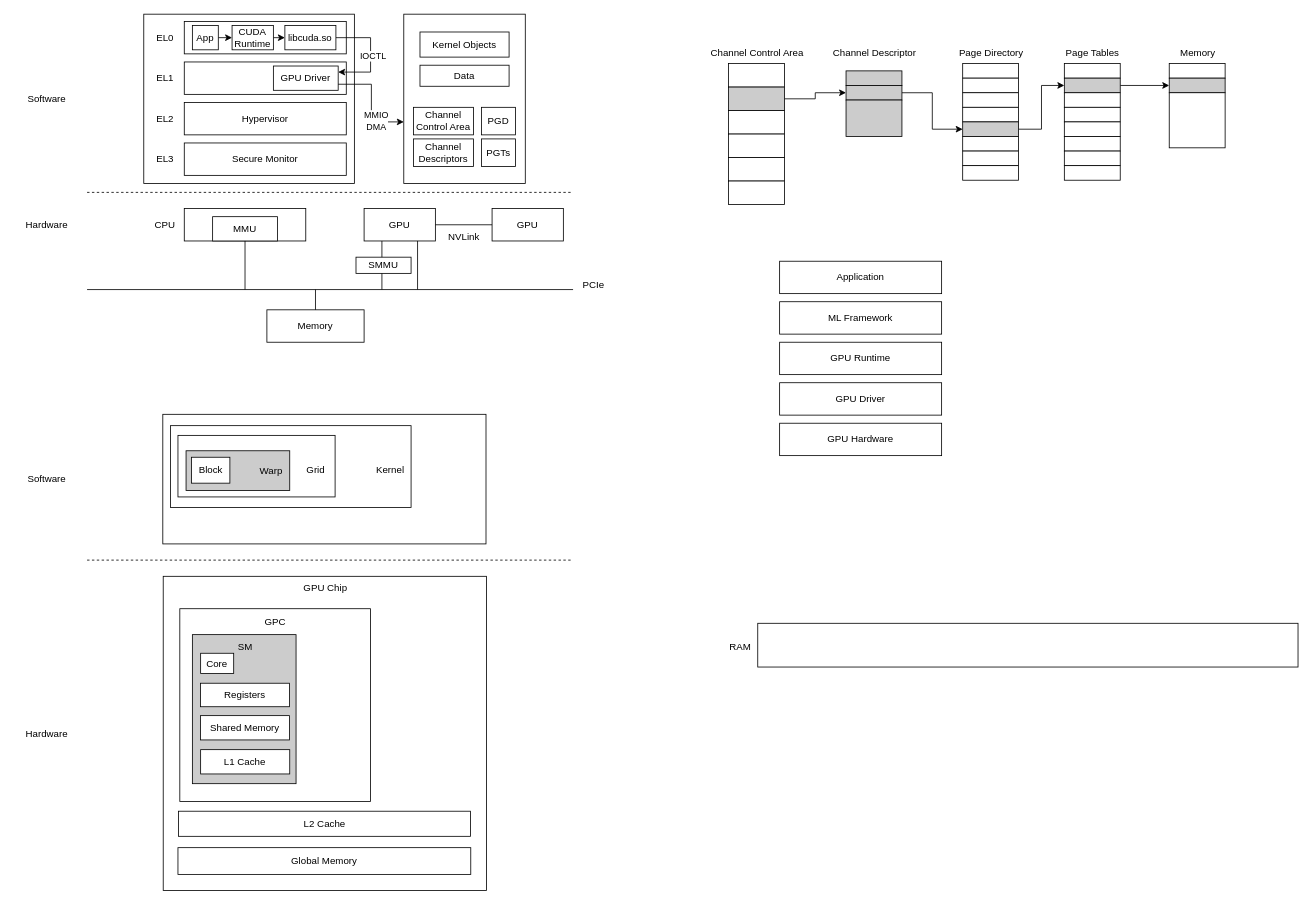
This is gpu.drawio from qianfei11/draw.io, a draw.io file, before an edit. Source tidied: cells renumbered, new cells numbered last; positions are measured from the earlier drawing's top-left corner, leaving out a move shared by most shapes. Both pictures are drawn from the tidied source at 81%, with x=0, y=0 at pixel (14, 14).
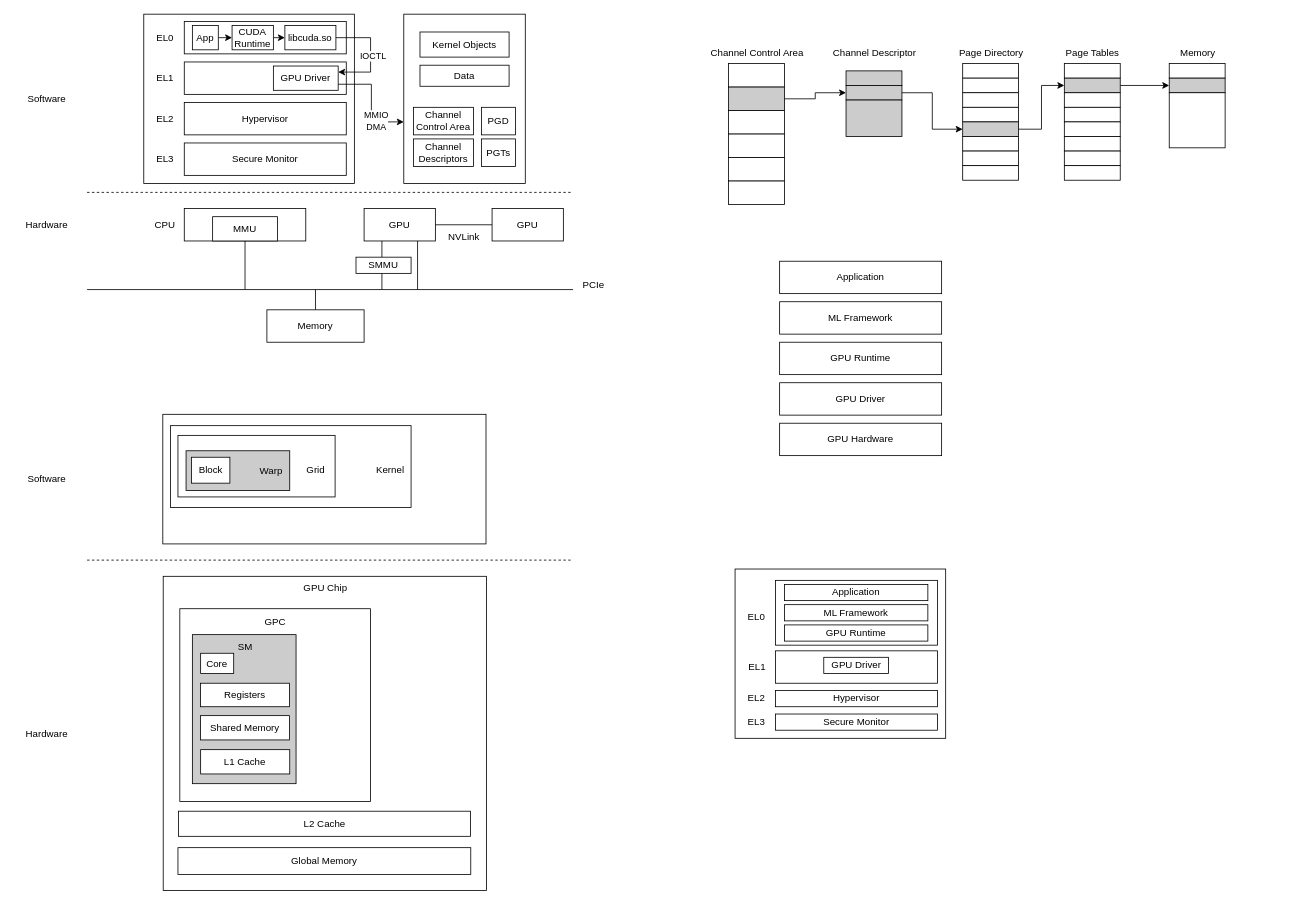
The same diagram, later.

Change to the diagram source:
```diff
@@
-    <mxCell id="111" style="rounded=0;whiteSpace=wrap;html=1;" parent="1" vertex="1">
-      <mxGeometry x="918" y="752" width="667" height="54" as="geometry" />
-    </mxCell>
-    <mxCell id="112" value="RAM" style="text;html=1;align=center;verticalAlign=middle;strokeColor=none;fillColor=none;" parent="1" vertex="1">
-      <mxGeometry x="873" y="768" width="45" height="26" as="geometry" />
-    </mxCell>
+    <mxCell id="113" style="rounded=0;whiteSpace=wrap;html=1;" parent="1" vertex="1">
+      <mxGeometry x="890" y="685" width="260" height="209" as="geometry" />
+    </mxCell>
+    <mxCell id="114" style="rounded=0;whiteSpace=wrap;html=1;" parent="1" vertex="1">
+      <mxGeometry x="940" y="786" width="200" height="40" as="geometry" />
+    </mxCell>
+    <mxCell id="115" style="rounded=0;whiteSpace=wrap;html=1;" parent="1" vertex="1">
+      <mxGeometry x="940" y="699" width="200" height="80" as="geometry" />
+    </mxCell>
+    <mxCell id="116" value="GPU Driver" style="rounded=0;whiteSpace=wrap;html=1;fillStyle=auto;fillColor=#FFFFFF;" parent="1" vertex="1">
+      <mxGeometry x="999.5" y="794" width="80" height="20" as="geometry" />
+    </mxCell>
+    <mxCell id="117" value="EL1" style="text;html=1;align=center;verticalAlign=middle;strokeColor=none;fillColor=none;rounded=0;" parent="1" vertex="1">
+      <mxGeometry x="896.5" y="791" width="40" height="30" as="geometry" />
+    </mxCell>
+    <mxCell id="118" value="EL0" style="text;html=1;align=center;verticalAlign=middle;strokeColor=none;fillColor=none;rounded=0;" parent="1" vertex="1">
+      <mxGeometry x="896" y="729" width="40" height="30" as="geometry" />
+    </mxCell>
+    <mxCell id="119" value="Hypervisor" style="rounded=0;whiteSpace=wrap;html=1;" parent="1" vertex="1">
+      <mxGeometry x="940" y="835" width="200" height="20" as="geometry" />
+    </mxCell>
+    <mxCell id="120" value="Secure Monitor" style="rounded=0;whiteSpace=wrap;html=1;" parent="1" vertex="1">
+      <mxGeometry x="940" y="864" width="200" height="20" as="geometry" />
+    </mxCell>
+    <mxCell id="121" value="EL2" style="text;html=1;align=center;verticalAlign=middle;strokeColor=none;fillColor=none;rounded=0;" parent="1" vertex="1">
+      <mxGeometry x="896" y="830" width="40" height="30" as="geometry" />
+    </mxCell>
+    <mxCell id="122" value="EL3" style="text;html=1;align=center;verticalAlign=middle;strokeColor=none;fillColor=none;rounded=0;" parent="1" vertex="1">
+      <mxGeometry x="896" y="859" width="40" height="30" as="geometry" />
+    </mxCell>
+    <mxCell id="123" value="ML Framework" style="rounded=0;whiteSpace=wrap;html=1;fillStyle=auto;fillColor=#FFFFFF;" parent="1" vertex="1">
+      <mxGeometry x="951" y="729" width="177" height="20" as="geometry" />
+    </mxCell>
+    <mxCell id="124" value="GPU Runtime" style="rounded=0;whiteSpace=wrap;html=1;fillStyle=auto;fillColor=#FFFFFF;" parent="1" vertex="1">
+      <mxGeometry x="951" y="754" width="177" height="20" as="geometry" />
+    </mxCell>
+    <mxCell id="125" value="Application" style="rounded=0;whiteSpace=wrap;html=1;fillStyle=auto;fillColor=#FFFFFF;" parent="1" vertex="1">
+      <mxGeometry x="951" y="704" width="177" height="20" as="geometry" />
+    </mxCell>
```
